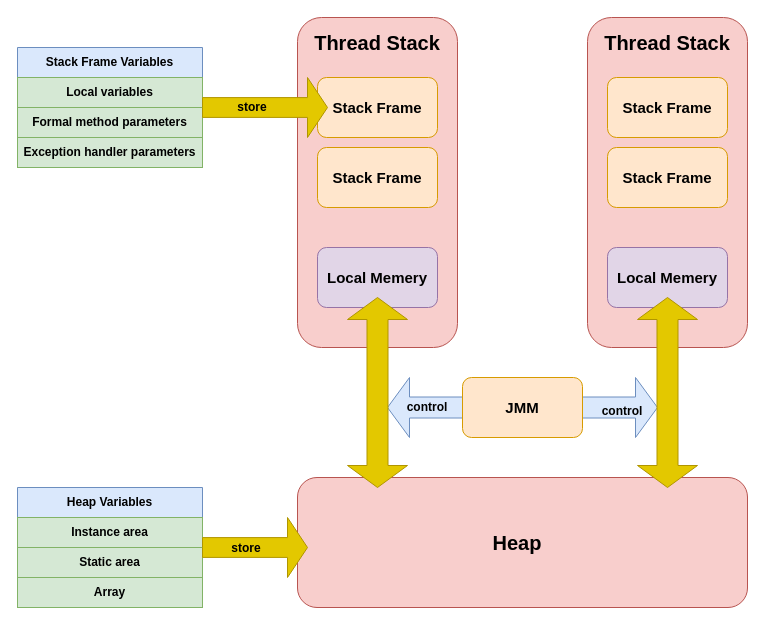
The draw.io diagram Untitled Diagram.drawio in Cygnus-Chen/draw.io, before the edit. Source tidied: cells renumbered, new cells numbered last; positions are measured from the earlier drawing's top-left corner, leaving out a move shared by most shapes. Both pictures are drawn from the tidied source at 100%, with x=0, y=0 at pixel (17, 17).
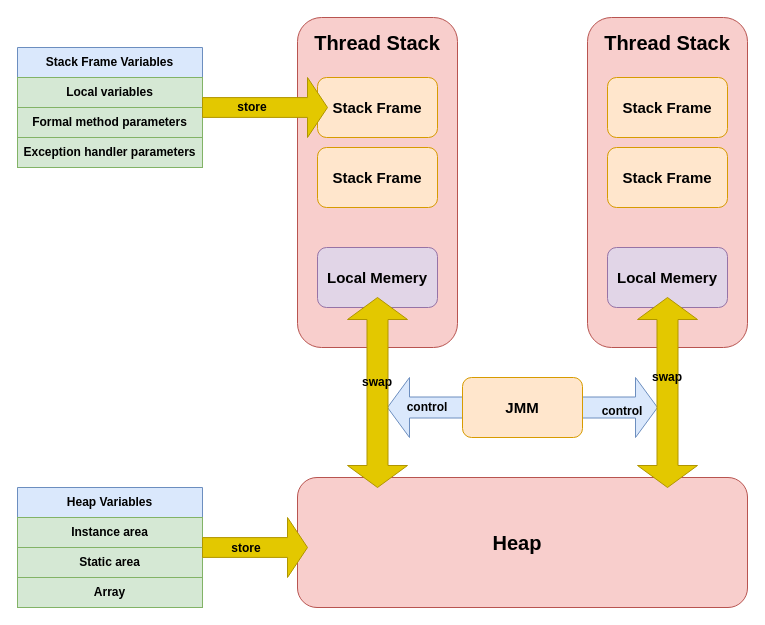
Above is the later version.

Change to the diagram source:
```diff
@@
+    <mxCell id="39" value="&lt;b&gt;swap&lt;/b&gt;" style="text;strokeColor=none;align=center;fillColor=none;html=1;verticalAlign=middle;whiteSpace=wrap;rounded=0;" parent="1" vertex="1">
+      <mxGeometry x="330" y="350" width="60" height="30" as="geometry" />
+    </mxCell>
+    <mxCell id="40" value="&lt;b&gt;swap&lt;/b&gt;" style="text;strokeColor=none;align=center;fillColor=none;html=1;verticalAlign=middle;whiteSpace=wrap;rounded=0;" parent="1" vertex="1">
+      <mxGeometry x="620" y="345" width="60" height="30" as="geometry" />
+    </mxCell>
```
